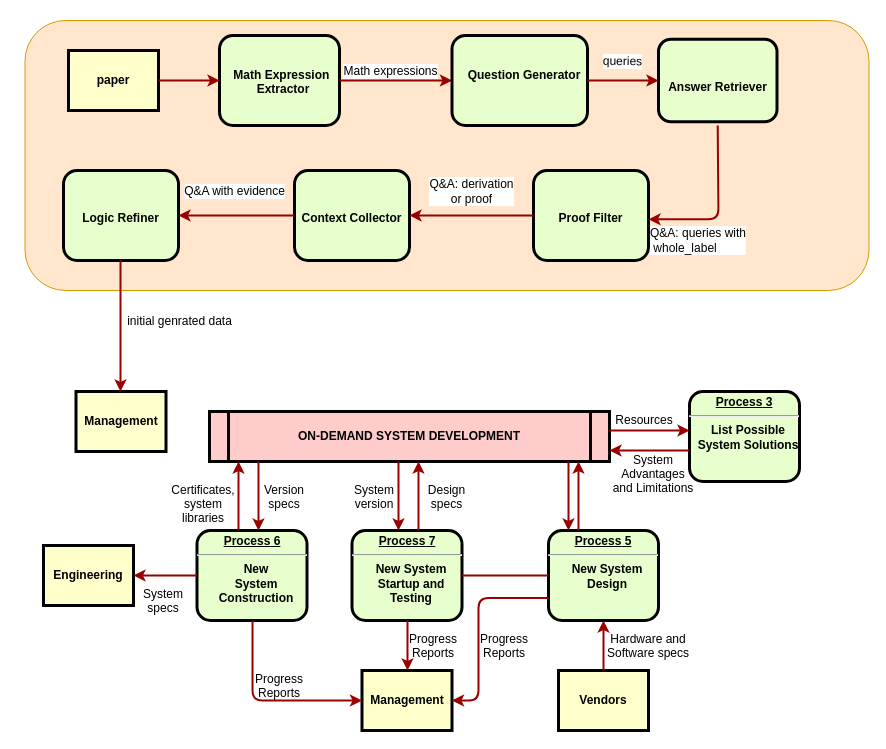
The draw.io diagram pdf_img/未命名绘图.drawio in CuckooHXY/formula, before the edit. Source tidied: cells renumbered, new cells numbered last; positions are measured from the earlier drawing's top-left corner, leaving out a move shared by most shapes. Both pictures are drawn from the tidied source at 100%, with x=0, y=0 at pixel (24, 20).
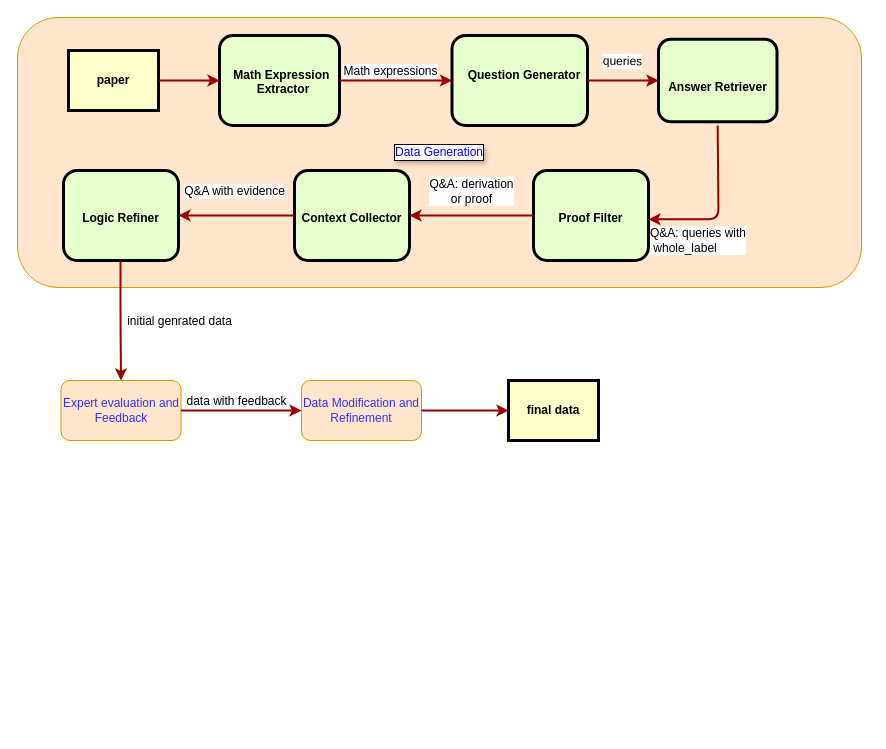
After the change.

Commit message (it also covers changes not shown here):
更新未命名绘图.drawio

Change to the diagram source:
```diff
@@
-    <mxCell id="2" style="rounded=1;whiteSpace=wrap;html=1;labelBackgroundColor=#FFFFFF;labelBorderColor=default;textShadow=1;fillColor=#ffe6cc;strokeColor=#d79b00;" parent="1" vertex="1">
-      <mxGeometry x="0.5" width="844" height="270" as="geometry" />
+    <mxCell id="2" value="&lt;font style=&quot;color: rgb(0, 0, 255);&quot;&gt;Data Generation&lt;/font&gt;" style="rounded=1;whiteSpace=wrap;html=1;labelBackgroundColor=#FFFFFF;labelBorderColor=default;textShadow=1;fillColor=#ffe6cc;strokeColor=#d79b00;align=center;" parent="1" vertex="1">
+      <mxGeometry x="-7" y="-3" width="844" height="270" as="geometry" />
     </mxCell>
@@
-    <mxCell id="5" value="ON-DEMAND SYSTEM DEVELOPMENT" style="shape=process;whiteSpace=wrap;align=center;verticalAlign=middle;size=0.0475;fontStyle=1;strokeWidth=3;fillColor=#FFCCCC;" parent="1" vertex="1">
-      <mxGeometry x="185" y="391" width="400" height="50" as="geometry" />
-    </mxCell>
-    <mxCell id="6" value="&lt;p style=&quot;margin: 0px; margin-top: 4px; text-align: center; text-decoration: underline;&quot;&gt;&lt;strong&gt;&lt;strong&gt;Process&lt;/strong&gt; 3&lt;br /&gt;&lt;/strong&gt;&lt;/p&gt;&lt;hr /&gt;&lt;p style=&quot;margin: 0px; margin-left: 8px;&quot;&gt;List Possible&lt;/p&gt;&lt;p style=&quot;margin: 0px; margin-left: 8px;&quot;&gt;System Solutions&lt;/p&gt;" style="verticalAlign=middle;align=center;overflow=fill;fontSize=12;fontFamily=Helvetica;html=1;rounded=1;fontStyle=1;strokeWidth=3;fillColor=#E6FFCC;" parent="1" vertex="1">
-      <mxGeometry x="665" y="371" width="110" height="90" as="geometry" />
-    </mxCell>
@@
-    <mxCell id="8" value="&lt;p style=&quot;margin: 0px; margin-top: 4px; text-align: center; text-decoration: underline;&quot;&gt;&lt;strong&gt;&lt;strong&gt;Process&lt;/strong&gt; 5&lt;br /&gt;&lt;/strong&gt;&lt;/p&gt;&lt;hr /&gt;&lt;p style=&quot;margin: 0px; margin-left: 8px;&quot;&gt;New System&lt;/p&gt;&lt;p style=&quot;margin: 0px; margin-left: 8px;&quot;&gt;Design&lt;/p&gt;" style="verticalAlign=middle;align=center;overflow=fill;fontSize=12;fontFamily=Helvetica;html=1;rounded=1;fontStyle=1;strokeWidth=3;fillColor=#E6FFCC;" parent="1" vertex="1">
-      <mxGeometry x="524" y="510" width="110" height="90" as="geometry" />
-    </mxCell>
-    <mxCell id="9" value="&lt;p style=&quot;margin: 0px; margin-top: 4px; text-align: center; text-decoration: underline;&quot;&gt;&lt;strong&gt;&lt;strong&gt;Process&lt;/strong&gt; 6&lt;br /&gt;&lt;/strong&gt;&lt;/p&gt;&lt;hr /&gt;&lt;p style=&quot;margin: 0px; margin-left: 8px;&quot;&gt;New&lt;/p&gt;&lt;p style=&quot;margin: 0px; margin-left: 8px;&quot;&gt;System&lt;/p&gt;&lt;p style=&quot;margin: 0px; margin-left: 8px;&quot;&gt;Construction&lt;/p&gt;" style="verticalAlign=middle;align=center;overflow=fill;fontSize=12;fontFamily=Helvetica;html=1;rounded=1;fontStyle=1;strokeWidth=3;fillColor=#E6FFCC;" parent="1" vertex="1">
-      <mxGeometry x="172.5" y="510" width="110" height="90" as="geometry" />
-    </mxCell>
-    <mxCell id="10" value="Management" style="whiteSpace=wrap;align=center;verticalAlign=middle;fontStyle=1;strokeWidth=3;fillColor=#FFFFCC;" parent="1" vertex="1">
-      <mxGeometry x="51.5" y="371" width="90" height="60" as="geometry" />
-    </mxCell>
-    <mxCell id="11" value="Management" style="whiteSpace=wrap;align=center;verticalAlign=middle;fontStyle=1;strokeWidth=3;fillColor=#FFFFCC;" parent="1" vertex="1">
-      <mxGeometry x="337.5" y="650" width="90" height="60" as="geometry" />
-    </mxCell>
-    <mxCell id="12" value="Engineering" style="whiteSpace=wrap;align=center;verticalAlign=middle;fontStyle=1;strokeWidth=3;fillColor=#FFFFCC;" parent="1" vertex="1">
-      <mxGeometry x="19" y="525" width="90" height="60" as="geometry" />
-    </mxCell>
-    <mxCell id="13" value="Vendors" style="whiteSpace=wrap;align=center;verticalAlign=middle;fontStyle=1;strokeWidth=3;fillColor=#FFFFCC;" parent="1" vertex="1">
-      <mxGeometry x="534" y="650" width="90" height="60" as="geometry" />
-    </mxCell>
@@
-    <mxCell id="15" value="&lt;p style=&quot;margin: 0px; margin-top: 4px; text-align: center; text-decoration: underline;&quot;&gt;&lt;strong&gt;&lt;strong&gt;Process&lt;/strong&gt; 7&lt;br /&gt;&lt;/strong&gt;&lt;/p&gt;&lt;hr /&gt;&lt;p style=&quot;margin: 0px; margin-left: 8px;&quot;&gt;New System&lt;/p&gt;&lt;p style=&quot;margin: 0px; margin-left: 8px;&quot;&gt;Startup and&lt;/p&gt;&lt;p style=&quot;margin: 0px; margin-left: 8px;&quot;&gt;Testing&lt;/p&gt;" style="verticalAlign=middle;align=center;overflow=fill;fontSize=12;fontFamily=Helvetica;html=1;rounded=1;fontStyle=1;strokeWidth=3;fillColor=#E6FFCC;" parent="1" vertex="1">
-      <mxGeometry x="327.5" y="510" width="110" height="90" as="geometry" />
-    </mxCell>
-    <mxCell id="16" style="endArrow=none;noEdgeStyle=1;strokeColor=#990000;strokeWidth=2;" parent="1" edge="1" source="8" target="15">
-      <mxGeometry relative="1" as="geometry" />
-    </mxCell>
-    <mxCell id="17" style="edgeStyle=elbowEdgeStyle;elbow=vertical;strokeColor=#990000;strokeWidth=2;" parent="1" edge="1" source="5" target="6">
-      <mxGeometry relative="1" as="geometry">
-        <Array as="points">
-          <mxPoint x="634" y="410" />
-        </Array>
-      </mxGeometry>
-    </mxCell>
-    <mxCell id="18" style="edgeStyle=elbowEdgeStyle;elbow=vertical;strokeColor=#990000;strokeWidth=2;" parent="1" edge="1" source="6" target="5">
-      <mxGeometry relative="1" as="geometry">
-        <Array as="points">
-          <mxPoint x="634" y="430" />
-        </Array>
-      </mxGeometry>
-    </mxCell>
-    <mxCell id="19" value="Resources" style="text;spacingTop=-5;align=center;" parent="1" vertex="1">
-      <mxGeometry x="605" y="391" width="30" height="20" as="geometry" />
-    </mxCell>
-    <mxCell id="20" value="System &#10;Advantages &#10;and Limitations" style="text;spacingTop=-5;align=center;" parent="1" vertex="1">
-      <mxGeometry x="614" y="431" width="30" height="20" as="geometry" />
-    </mxCell>
-    <mxCell id="21" style="edgeStyle=elbowEdgeStyle;elbow=horizontal;strokeColor=#990000;strokeWidth=2;" parent="1" edge="1" source="8" target="5">
-      <mxGeometry relative="1" as="geometry">
-        <Array as="points">
-          <mxPoint x="554" y="470" />
-        </Array>
-      </mxGeometry>
-    </mxCell>
-    <mxCell id="22" style="edgeStyle=elbowEdgeStyle;elbow=horizontal;strokeColor=#990000;strokeWidth=2;" parent="1" edge="1" source="5" target="8">
-      <mxGeometry relative="1" as="geometry">
-        <Array as="points">
-          <mxPoint x="544" y="480" />
-        </Array>
-      </mxGeometry>
-    </mxCell>
-    <mxCell id="23" style="edgeStyle=elbowEdgeStyle;elbow=horizontal;strokeColor=#990000;strokeWidth=2;" parent="1" edge="1" source="13" target="8">
-      <mxGeometry relative="1" as="geometry" />
-    </mxCell>
-    <mxCell id="24" value="Hardware and&#10;Software specs" style="text;spacingTop=-5;align=center;" parent="1" vertex="1">
-      <mxGeometry x="609" y="610" width="30" height="20" as="geometry" />
-    </mxCell>
-    <mxCell id="25" style="edgeStyle=elbowEdgeStyle;elbow=horizontal;exitX=0;exitY=0.75;strokeColor=#990000;strokeWidth=2;" parent="1" edge="1" source="8" target="11">
-      <mxGeometry relative="1" as="geometry">
-        <Array as="points">
-          <mxPoint x="454" y="630" />
-        </Array>
-      </mxGeometry>
-    </mxCell>
-    <mxCell id="26" value="Progress&#10;Reports" style="text;spacingTop=-5;align=center;" parent="1" vertex="1">
-      <mxGeometry x="465" y="610" width="30" height="20" as="geometry" />
-    </mxCell>
-    <mxCell id="27" style="edgeStyle=elbowEdgeStyle;elbow=horizontal;strokeColor=#990000;strokeWidth=2;" parent="1" edge="1" source="15" target="11">
-      <mxGeometry relative="1" as="geometry" />
-    </mxCell>
-    <mxCell id="28" value="Progress&#10;Reports" style="text;spacingTop=-5;align=center;" parent="1" vertex="1">
-      <mxGeometry x="394" y="610" width="30" height="20" as="geometry" />
-    </mxCell>
-    <mxCell id="29" style="edgeStyle=elbowEdgeStyle;elbow=horizontal;strokeColor=#990000;strokeWidth=2;" parent="1" edge="1" source="9" target="11">
-      <mxGeometry relative="1" as="geometry">
-        <Array as="points">
-          <mxPoint x="228" y="630" />
-        </Array>
-      </mxGeometry>
-    </mxCell>
-    <mxCell id="30" value="Progress&#10;Reports" style="text;spacingTop=-5;align=center;" parent="1" vertex="1">
-      <mxGeometry x="240" y="650" width="30" height="20" as="geometry" />
-    </mxCell>
-    <mxCell id="31" style="edgeStyle=elbowEdgeStyle;elbow=vertical;strokeColor=#990000;strokeWidth=2;" parent="1" edge="1" source="9" target="12">
-      <mxGeometry relative="1" as="geometry" />
-    </mxCell>
-    <mxCell id="32" style="edgeStyle=elbowEdgeStyle;elbow=horizontal;strokeColor=#990000;strokeWidth=2;" parent="1" edge="1" source="5" target="15">
-      <mxGeometry relative="1" as="geometry">
-        <Array as="points">
-          <mxPoint x="374" y="470" />
-        </Array>
-      </mxGeometry>
-    </mxCell>
-    <mxCell id="33" style="edgeStyle=elbowEdgeStyle;elbow=horizontal;strokeColor=#990000;strokeWidth=2;" parent="1" edge="1" source="15" target="5">
-      <mxGeometry relative="1" as="geometry">
-        <Array as="points">
-          <mxPoint x="394" y="470" />
-        </Array>
-      </mxGeometry>
-    </mxCell>
-    <mxCell id="34" value="Version&#10;specs" style="text;spacingTop=-5;align=center;" parent="1" vertex="1">
-      <mxGeometry x="245" y="461" width="30" height="20" as="geometry" />
-    </mxCell>
-    <mxCell id="35" value="Certificates,&#10;system&#10;libraries" style="text;spacingTop=-5;align=center;" parent="1" vertex="1">
-      <mxGeometry x="164" y="461" width="30" height="20" as="geometry" />
-    </mxCell>
-    <mxCell id="36" style="edgeStyle=elbowEdgeStyle;elbow=horizontal;strokeColor=#990000;strokeWidth=2;" parent="1" edge="1" source="5" target="9">
-      <mxGeometry relative="1" as="geometry">
-        <Array as="points">
-          <mxPoint x="234" y="470" />
-        </Array>
-      </mxGeometry>
-    </mxCell>
-    <mxCell id="37" style="edgeStyle=elbowEdgeStyle;elbow=horizontal;strokeColor=#990000;strokeWidth=2;" parent="1" edge="1" source="9" target="5">
-      <mxGeometry relative="1" as="geometry">
-        <Array as="points">
-          <mxPoint x="214" y="470" />
-        </Array>
-      </mxGeometry>
-    </mxCell>
-    <mxCell id="38" value="System&#10;specs" style="text;spacingTop=-5;align=center;" parent="1" vertex="1">
-      <mxGeometry x="124" y="565" width="30" height="20" as="geometry" />
-    </mxCell>
-    <mxCell id="39" value="Design&#10;specs" style="text;spacingTop=-5;align=center;" parent="1" vertex="1">
-      <mxGeometry x="407.5" y="461" width="30" height="20" as="geometry" />
-    </mxCell>
-    <mxCell id="40" value="System&#10;version" style="text;spacingTop=-5;align=center;" parent="1" vertex="1">
-      <mxGeometry x="335" y="461" width="30" height="20" as="geometry" />
-    </mxCell>
@@
-    <mxCell id="55" style="edgeStyle=elbowEdgeStyle;elbow=vertical;strokeColor=#990000;strokeWidth=2;entryX=0.5;entryY=0;entryDx=0;entryDy=0;exitX=0.5;exitY=1;exitDx=0;exitDy=0;" parent="1" edge="1">
+    <mxCell id="55" style="edgeStyle=elbowEdgeStyle;elbow=vertical;strokeColor=#990000;strokeWidth=2;entryX=0.5;entryY=0;entryDx=0;entryDy=0;exitX=0.5;exitY=1;exitDx=0;exitDy=0;" parent="1" edge="1" target="57">
       <mxGeometry relative="1" as="geometry">
         <mxPoint x="96" y="240" as="sourcePoint" />
-        <mxPoint x="96" y="371" as="targetPoint" />
         <Array as="points">
           <mxPoint x="95.5" y="299" />
         </Array>
       </mxGeometry>
     </mxCell>
     <mxCell id="56" value="&lt;font style=&quot;font-size: 12px;&quot;&gt;initial genrated data&lt;/font&gt;" style="edgeLabel;html=1;align=center;verticalAlign=middle;textDirection=ltr;labelPosition=center;verticalLabelPosition=middle;" parent="55" vertex="1">
       <mxGeometry x="0.19" y="-1" relative="1" as="geometry">
-        <mxPoint x="59" y="-18" as="offset" />
+        <mxPoint x="59" y="-11" as="offset" />
       </mxGeometry>
     </mxCell>
+    <mxCell id="57" value="&lt;font style=&quot;color: rgb(51, 51, 255);&quot;&gt;Expert evaluation and Feedback&lt;/font&gt;" style="rounded=1;whiteSpace=wrap;html=1;fillColor=#ffe6cc;strokeColor=#d79b00;" parent="1" vertex="1">
+      <mxGeometry x="36.5" y="360" width="120" height="60" as="geometry" />
+    </mxCell>
+    <mxCell id="58" style="edgeStyle=none;noEdgeStyle=1;strokeColor=#990000;strokeWidth=2;exitX=1;exitY=0.5;exitDx=0;exitDy=0;entryX=0;entryY=0.5;entryDx=0;entryDy=0;" parent="1" edge="1" source="57" target="60">
+      <mxGeometry relative="1" as="geometry" />
+    </mxCell>
+    <mxCell id="59" value="&lt;font style=&quot;font-size: 12px;&quot;&gt;data with feedback&lt;/font&gt;" style="edgeLabel;html=1;align=center;verticalAlign=middle;" parent="58" vertex="1">
+      <mxGeometry x="-0.28" y="5" relative="1" as="geometry">
+        <mxPoint x="12" y="-5" as="offset" />
+      </mxGeometry>
+    </mxCell>
+    <mxCell id="60" value="&lt;font style=&quot;color: rgb(51, 51, 255);&quot;&gt;Data Modification and Refinement&lt;/font&gt;" style="rounded=1;whiteSpace=wrap;html=1;fillColor=#ffe6cc;strokeColor=#d79b00;" parent="1" vertex="1">
+      <mxGeometry x="277" y="360" width="120" height="60" as="geometry" />
+    </mxCell>
+    <mxCell id="61" style="edgeStyle=none;noEdgeStyle=1;strokeColor=#990000;strokeWidth=2;exitX=1;exitY=0.5;exitDx=0;exitDy=0;entryX=0;entryY=0.5;entryDx=0;entryDy=0;" parent="1" edge="1" source="60" target="62">
+      <mxGeometry relative="1" as="geometry" />
+    </mxCell>
+    <mxCell id="62" value="final data" style="whiteSpace=wrap;align=center;verticalAlign=middle;fontStyle=1;strokeWidth=3;fillColor=#FFFFCC;" parent="1" vertex="1">
+      <mxGeometry x="484" y="360" width="90" height="60" as="geometry" />
+    </mxCell>
```
